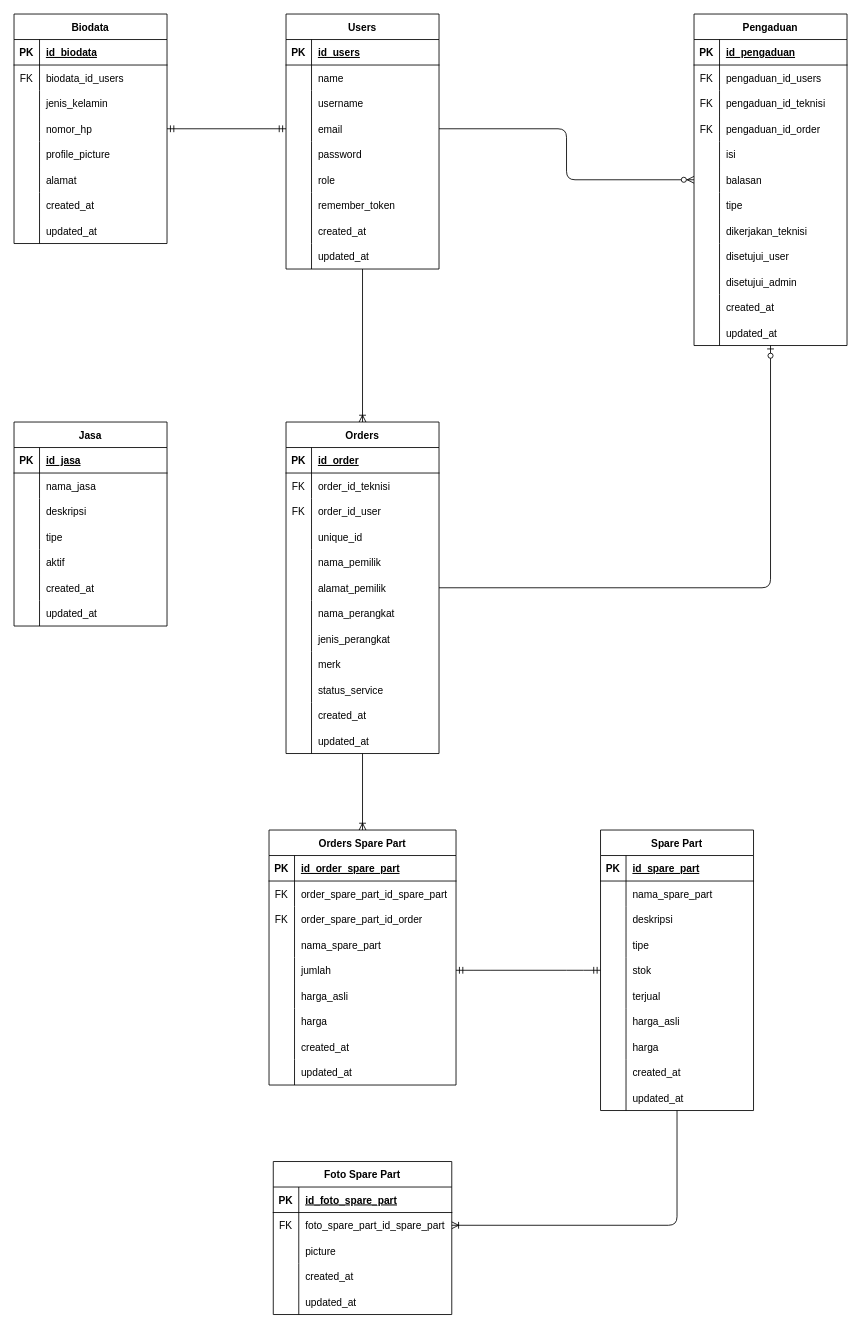
Naveigell/ta2 keeps this draw.io diagram as Basis Data Konseptual.drawio. Above is the earlier version. Source tidied: cells renumbered, new cells numbered last; positions are measured from the earlier drawing's top-left corner, leaving out a move shared by most shapes. Both pictures are drawn from the tidied source at 85%, with x=0, y=0 at pixel (14, 14).
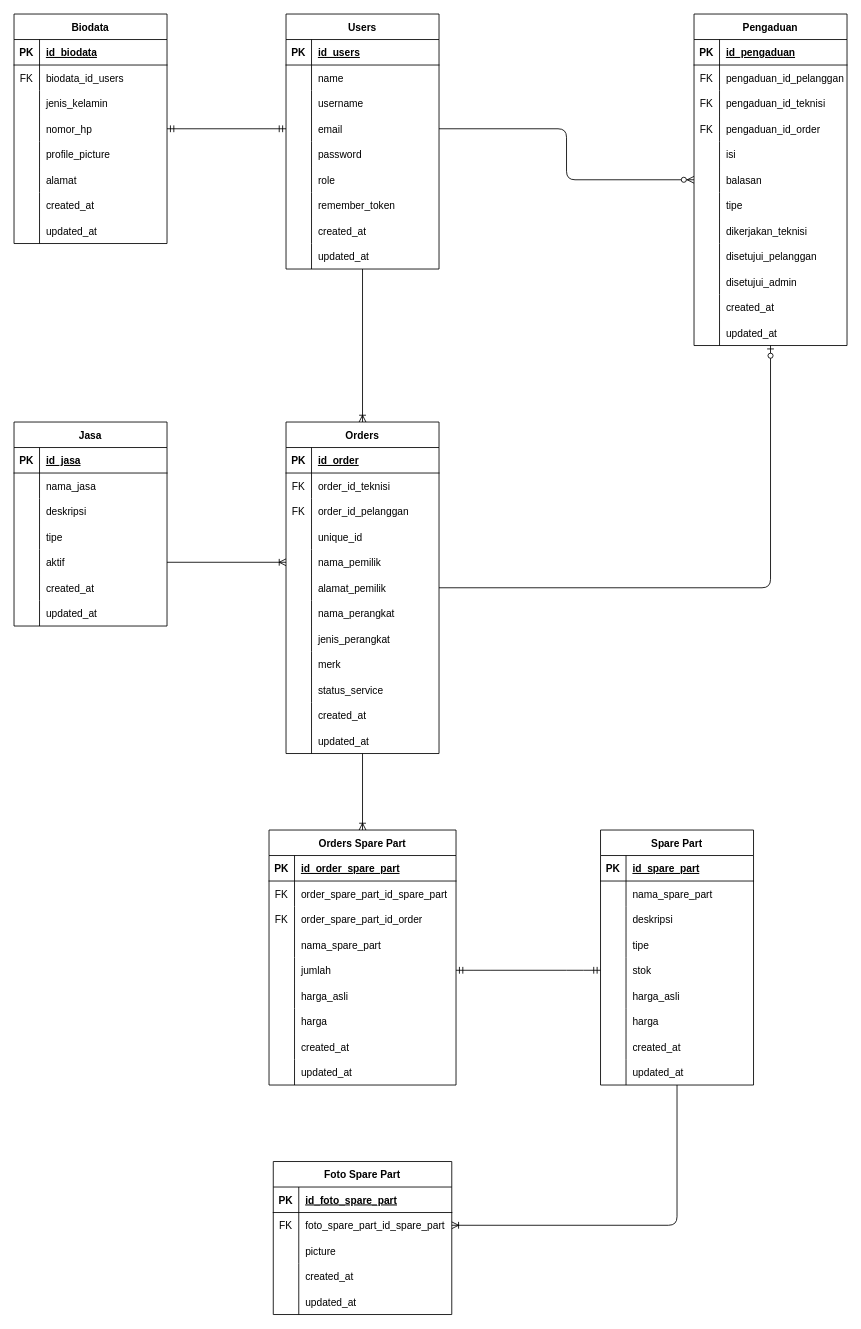
The same diagram, later.

Unchanged cells that the change refers to:
```xml
<mxCell id="60" style="shape=partialRectangle;fillColor=none;top=0;left=0;bottom=0;right=0;" parent="56" vertex="1">
  <mxGeometry y="60" width="180" height="30" as="geometry" />
</mxCell>
<mxCell id="81" style="shape=partialRectangle;fillColor=none;top=0;left=0;bottom=0;right=0;" parent="56" vertex="1">
  <mxGeometry y="270" width="180" height="30" as="geometry" />
</mxCell>
<mxCell id="107" style="shape=partialRectangle;fillColor=none;top=0;left=0;bottom=0;right=0;points=[[0,0.5],[1,0.5]];portConstraint=eastwest;" parent="94" vertex="1">
  <mxGeometry y="150" width="180" height="30" as="geometry" />
</mxCell>
<mxCell id="123" style="shape=partialRectangle;fillColor=none;top=0;left=0;bottom=0;right=0;" parent="116" vertex="1">
  <mxGeometry y="90" width="180" height="30" as="geometry" />
</mxCell>
<mxCell id="129" style="shape=partialRectangle;fillColor=none;top=0;left=0;bottom=0;right=0;points=[[0,0.5],[1,0.5]];portConstraint=eastwest;" parent="116" vertex="1">
  <mxGeometry y="150" width="180" height="30" as="geometry" />
</mxCell>
```

Diff of the diagram source:
```diff
@@
-    <mxCell id="62" value="pengaduan_id_users" style="shape=partialRectangle;fillColor=none;top=0;left=0;bottom=0;right=0;align=left;spacingLeft=6;overflow=hidden;" parent="60" vertex="1">
+    <mxCell id="62" value="pengaduan_id_pelanggan" style="shape=partialRectangle;fillColor=none;top=0;left=0;bottom=0;right=0;align=left;spacingLeft=6;overflow=hidden;" parent="60" vertex="1">
       <mxGeometry x="30" width="150" height="30" as="geometry" />
     </mxCell>
@@
-    <mxCell id="83" value="disetujui_user" style="shape=partialRectangle;fillColor=none;top=0;left=0;bottom=0;right=0;align=left;spacingLeft=6;overflow=hidden;" parent="81" vertex="1">
+    <mxCell id="83" value="disetujui_pelanggan" style="shape=partialRectangle;fillColor=none;top=0;left=0;bottom=0;right=0;align=left;spacingLeft=6;overflow=hidden;" parent="81" vertex="1">
       <mxGeometry x="30" width="150" height="30" as="geometry" />
     </mxCell>
@@
-    <mxCell id="125" value="order_id_user" style="shape=partialRectangle;fillColor=none;top=0;left=0;bottom=0;right=0;align=left;spacingLeft=6;overflow=hidden;" parent="123" vertex="1">
+    <mxCell id="125" value="order_id_pelanggan" style="shape=partialRectangle;fillColor=none;top=0;left=0;bottom=0;right=0;align=left;spacingLeft=6;overflow=hidden;" parent="123" vertex="1">
       <mxGeometry x="30" width="150" height="30" as="geometry" />
     </mxCell>
@@
     <mxCell id="184" value="Spare Part" style="shape=table;startSize=30;childLayout=tableLayout;rowLines=0;fontStyle=1;align=center;" parent="1" vertex="1">
-      <mxGeometry x="690" y="960" width="180" height="330" as="geometry" />
+      <mxGeometry x="690" y="960" width="180" height="300" as="geometry" />
     </mxCell>
@@
-    <mxCell id="200" style="shape=partialRectangle;fillColor=none;top=0;left=0;bottom=0;right=0;" parent="184" vertex="1">
-      <mxGeometry y="180" width="180" height="30" as="geometry" />
-    </mxCell>
-    <mxCell id="201" style="shape=partialRectangle;fillColor=none;top=0;left=0;bottom=0;right=0;overflow=hidden;" parent="200" vertex="1">
-      <mxGeometry width="30" height="30" as="geometry" />
-    </mxCell>
-    <mxCell id="202" value="terjual" style="shape=partialRectangle;fillColor=none;top=0;left=0;bottom=0;right=0;align=left;spacingLeft=6;overflow=hidden;" parent="200" vertex="1">
-      <mxGeometry x="30" width="150" height="30" as="geometry" />
-    </mxCell>
     <mxCell id="203" style="shape=partialRectangle;fillColor=none;top=0;left=0;bottom=0;right=0;" parent="184" vertex="1">
-      <mxGeometry y="210" width="180" height="30" as="geometry" />
+      <mxGeometry y="180" width="180" height="30" as="geometry" />
     </mxCell>
@@
     <mxCell id="206" style="shape=partialRectangle;fillColor=none;top=0;left=0;bottom=0;right=0;" parent="184" vertex="1">
-      <mxGeometry y="240" width="180" height="30" as="geometry" />
+      <mxGeometry y="210" width="180" height="30" as="geometry" />
     </mxCell>
@@
     <mxCell id="209" style="shape=partialRectangle;fillColor=none;top=0;left=0;bottom=0;right=0;" parent="184" vertex="1">
-      <mxGeometry y="270" width="180" height="30" as="geometry" />
+      <mxGeometry y="240" width="180" height="30" as="geometry" />
     </mxCell>
@@
     <mxCell id="212" style="shape=partialRectangle;fillColor=none;top=0;left=0;bottom=0;right=0;" parent="184" vertex="1">
-      <mxGeometry y="300" width="180" height="30" as="geometry" />
+      <mxGeometry y="270" width="180" height="30" as="geometry" />
     </mxCell>
@@
+    <mxCell id="233" style="edgeStyle=orthogonalEdgeStyle;rounded=0;jettySize=auto;html=1;entryX=1;entryY=0.5;entryDx=0;entryDy=0;endArrow=none;endFill=0;startArrow=ERoneToMany;startFill=0;" parent="1" edge="1" source="129" target="107">
+      <mxGeometry relative="1" as="geometry" />
+    </mxCell>
```
